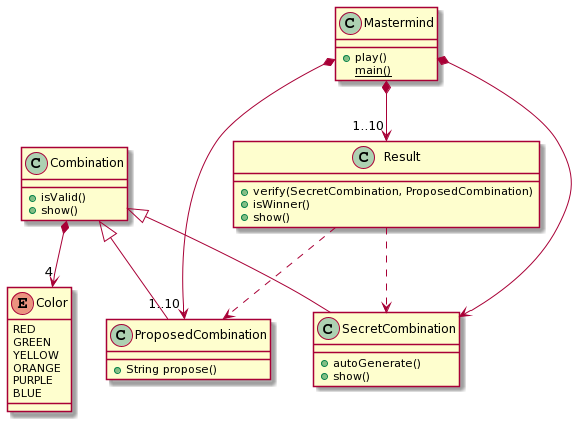
Above: Mastermind.png in Master-Desarrollo-20-21/ejercicio-1-relaciones-entre-clases-ajsinoga (PlantUML), before the change.
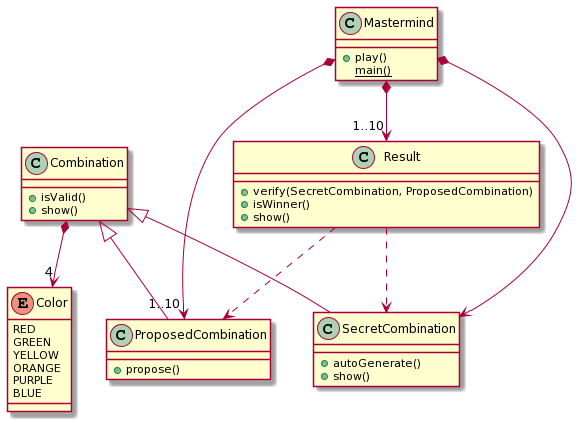
Later version of the same file.

Commit message:
Actualizacion de nombres de métodos

What changed in the source:
```diff
@@ -16,7 +16,7 @@
 Mastermind *-down-> "1..10" ProposedCombination
 class ProposedCombination
 {
-+String propose()
++propose()
 }
 
 class Combination
```
